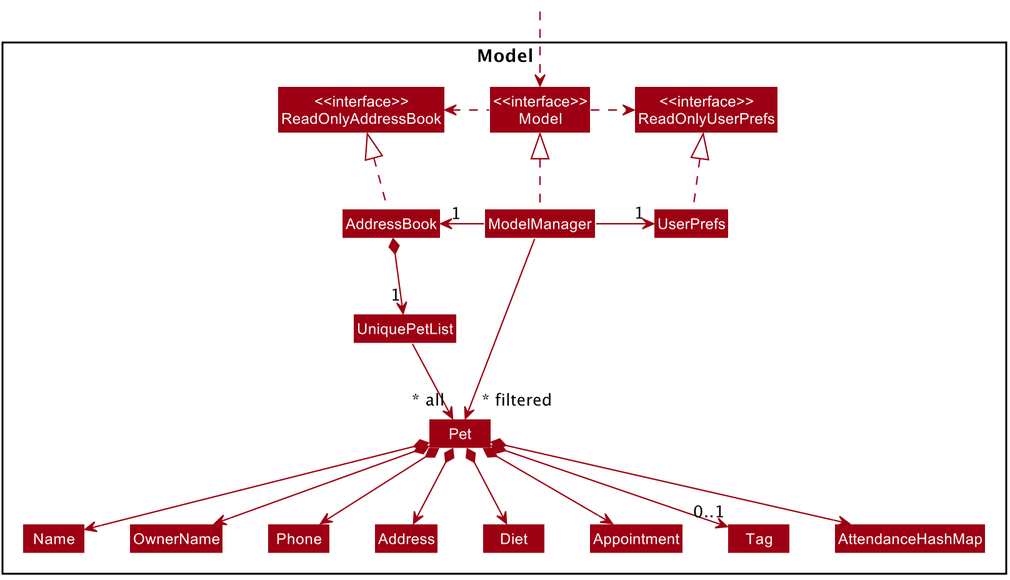
The PlantUML diagram docs/images/ModelClassDiagram.png in nus-cs2103-AY2122S2/tp, before a commit. Its source is kept beside it as docs/diagrams/ModelClassDiagram.puml.
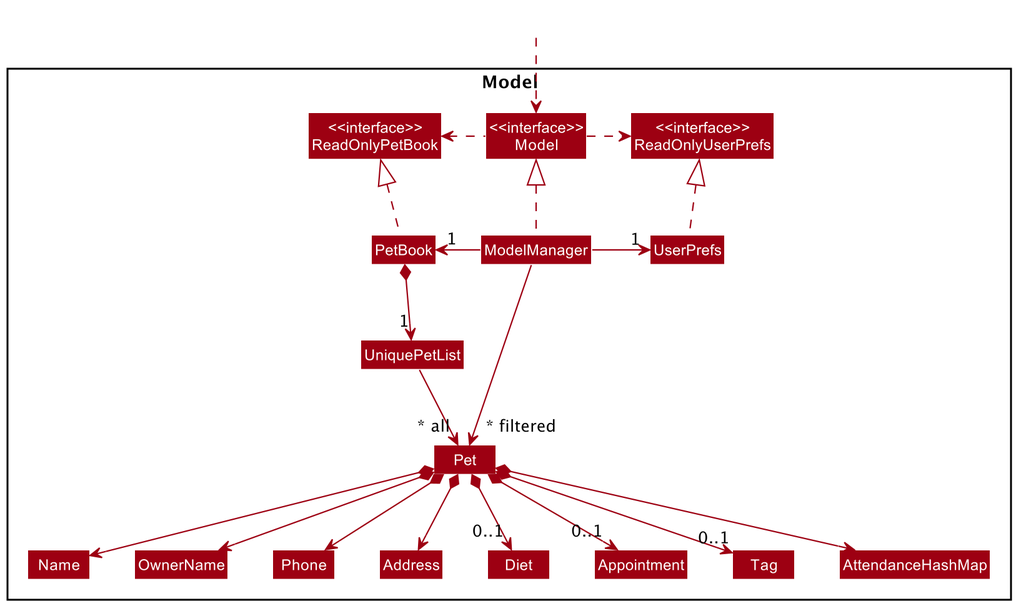
Above is the later version.

Diff of the diagram source:
```diff
@@ -5,10 +5,10 @@
 skinparam classBackgroundColor MODEL_COLOR
 
 Package Model <<Rectangle>>{
-Class "<<interface>>\nReadOnlyAddressBook" as ReadOnlyAddressBook
+Class "<<interface>>\nReadOnlyPetBook" as ReadOnlyPetBook
 Class "<<interface>>\nReadOnlyUserPrefs" as ReadOnlyUserPrefs
 Class "<<interface>>\nModel" as Model
-Class AddressBook
+Class PetBook
 Class ModelManager
 Class UserPrefs
 
@@ -29,23 +29,23 @@
 Class HiddenOutside #FFFFFF
 HiddenOutside ..> Model
 
-AddressBook .up.|> ReadOnlyAddressBook
+PetBook .up.|> ReadOnlyPetBook
 
 ModelManager .up.|> Model
 Model .right.> ReadOnlyUserPrefs
-Model .left.> ReadOnlyAddressBook
-ModelManager -left-> "1" AddressBook
+Model .left.> ReadOnlyPetBook
+ModelManager -left-> "1" PetBook
 ModelManager -right-> "1" UserPrefs
 UserPrefs .up.|> ReadOnlyUserPrefs
 
-AddressBook *--> "1" UniquePetList
+PetBook *--> "1" UniquePetList
 UniquePetList --> "~* all" Pet
 Pet *--> Name
 Pet *--> OwnerName
 Pet *--> Phone
 Pet *--> Address
-Pet *--> Diet
-Pet *--> Appointment
+Pet *--> "0..1" Diet
+Pet *--> "0..1" Appointment
 Pet *--> "0..1" Tag
 Pet *--> AttendanceHashMap
 
```
